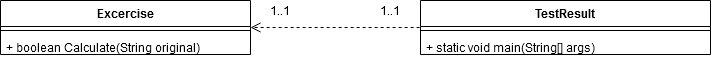
This is diagram.png from ppc-ntu-khpi/identifikatori-tipi-34-idjis, a draw.io export, as it was before one commit. Source tidied: cells renumbered, new cells last; positions are measured from the earlier drawing's top-left corner, leaving out a move shared by most shapes.
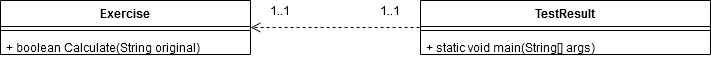
Above is the later version.

Change to the diagram source:
```diff
@@ -2,7 +2,7 @@
   <root>
     <mxCell id="0" />
     <mxCell id="1" parent="0" />
-    <mxCell id="2" value="Excercise" style="swimlane;fontStyle=1;align=center;verticalAlign=top;horizontal=1;startSize=26;" parent="1" vertex="1">
+    <mxCell id="2" value="Exercise" style="swimlane;fontStyle=1;align=center;verticalAlign=top;horizontal=1;startSize=26;" parent="1" vertex="1">
       <mxGeometry width="250" height="54" as="geometry" />
     </mxCell>
     <mxCell id="3" style="line;strokeWidth=1;fillColor=none;align=left;verticalAlign=middle;spacingTop=-1;spacingLeft=3;spacingRight=3;labelPosition=right;" parent="2" vertex="1">
```
